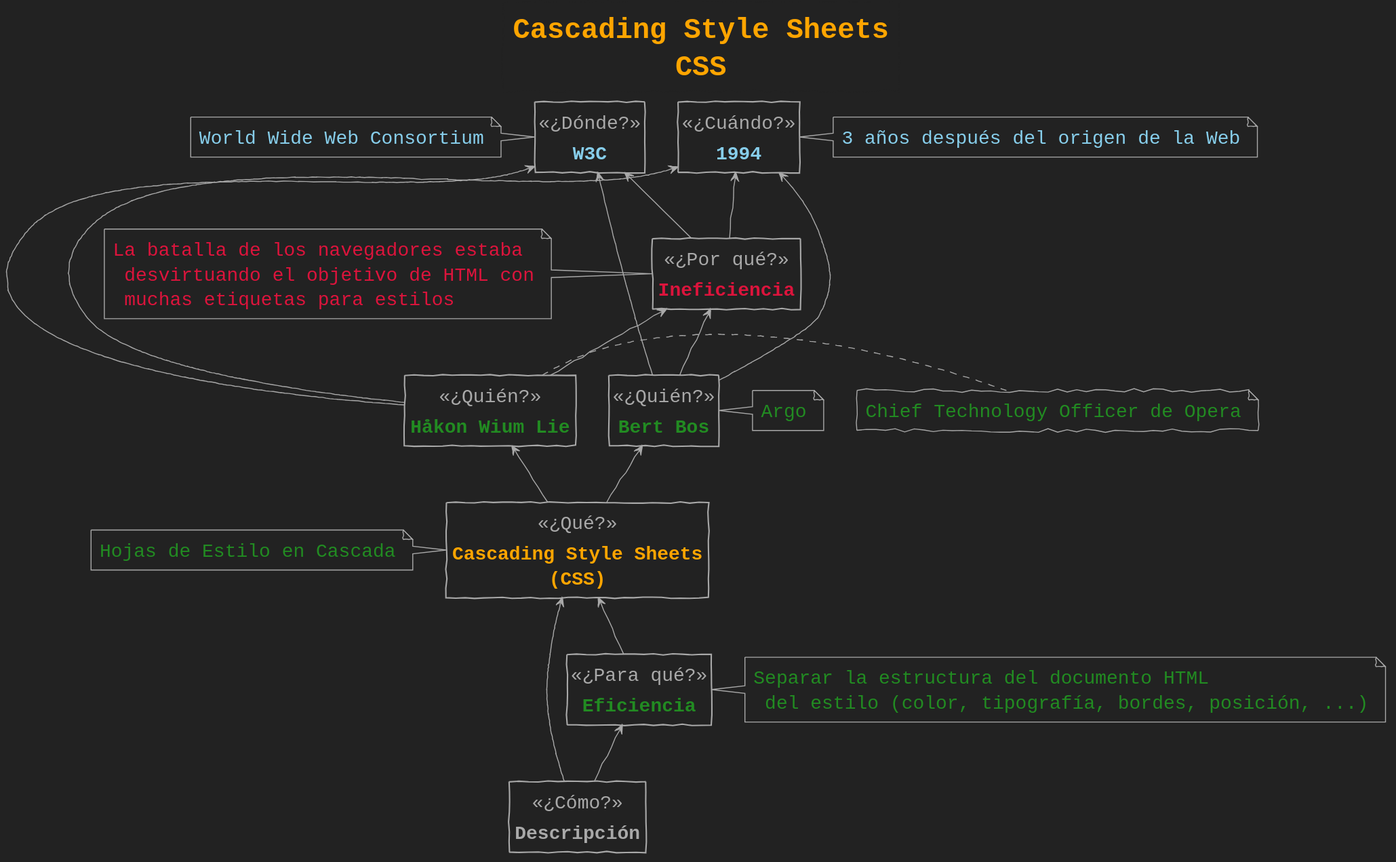
This is USantaTecla/tech-css/images/contexto.svg from USantaTecla-0-general/3-publicaciones, a PlantUML export, as it was before one commit.
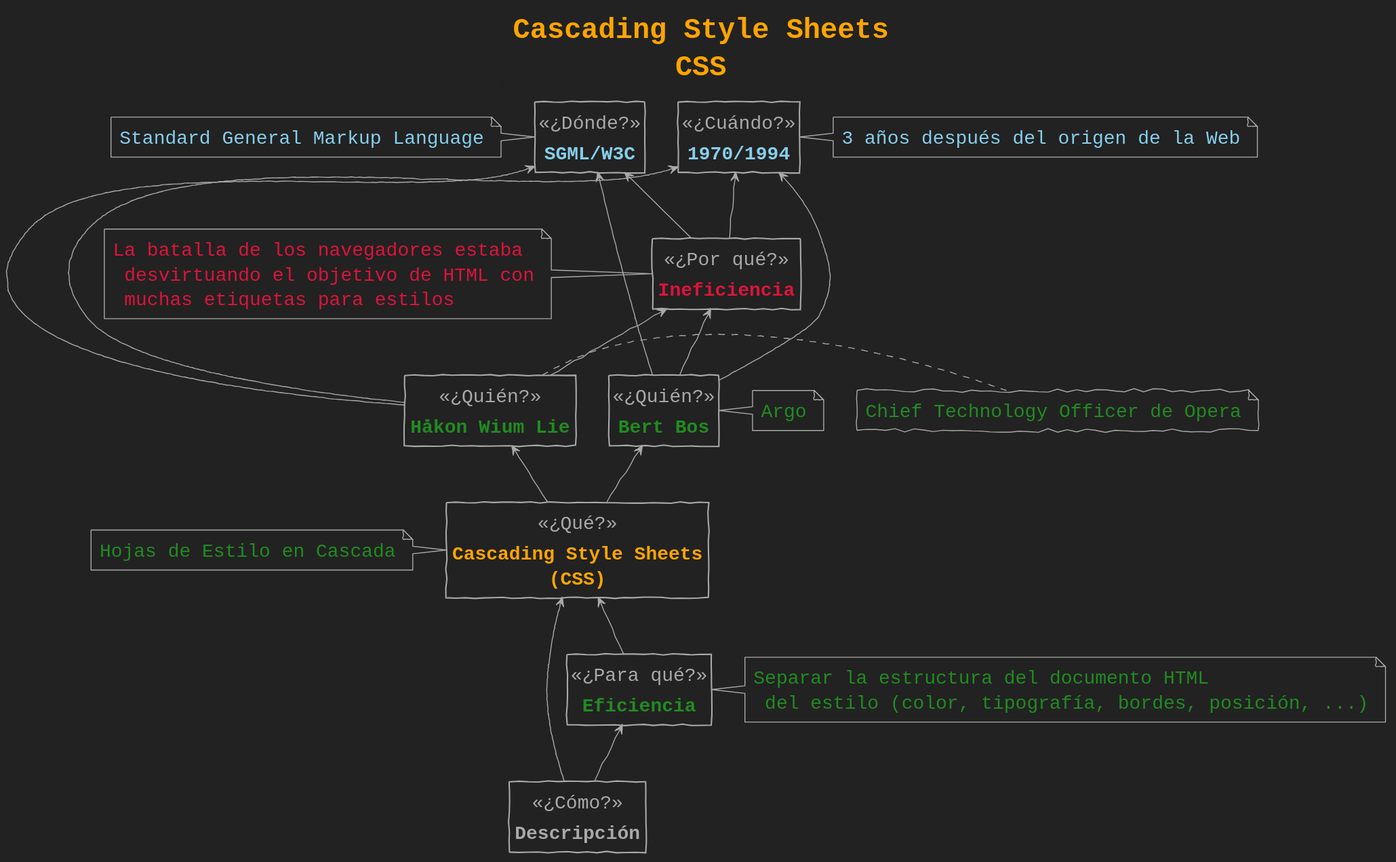
After the change.

Diff of the diagram source:
```diff
@@ -49,12 +49,12 @@
 
 title Cascading Style Sheets\nCSS
 
-class donde as "W3C" <<¿Dónde?>>
+class donde as "SGML/W3C" <<¿Dónde?>>
 note left
-<color:87ceeb>World Wide Web Consortium</color>
+<color:87ceeb>Standard General Markup Language</color>
 end note
 
-class cuando as "1994" <<¿Cuándo?>>
+class cuando as "1970/1994" <<¿Cuándo?>>
 note right
 <color:87ceeb>3 años después del origen de la Web</color>
 end note
```
